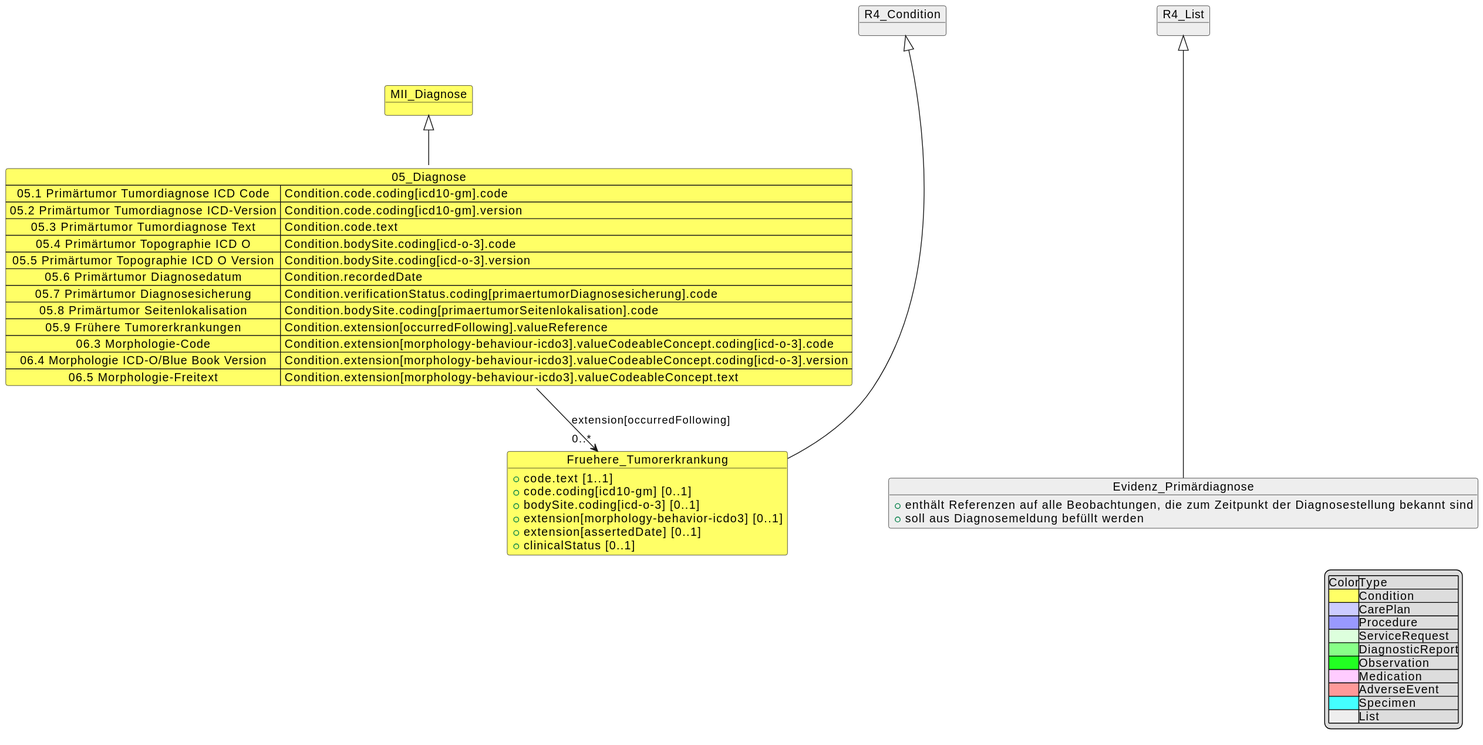
Above: input/images/MII_Onko_05_Diagnosis.svg in medizininformatik-initiative/kerndatensatzmodul-onkologie (PlantUML), before the change.
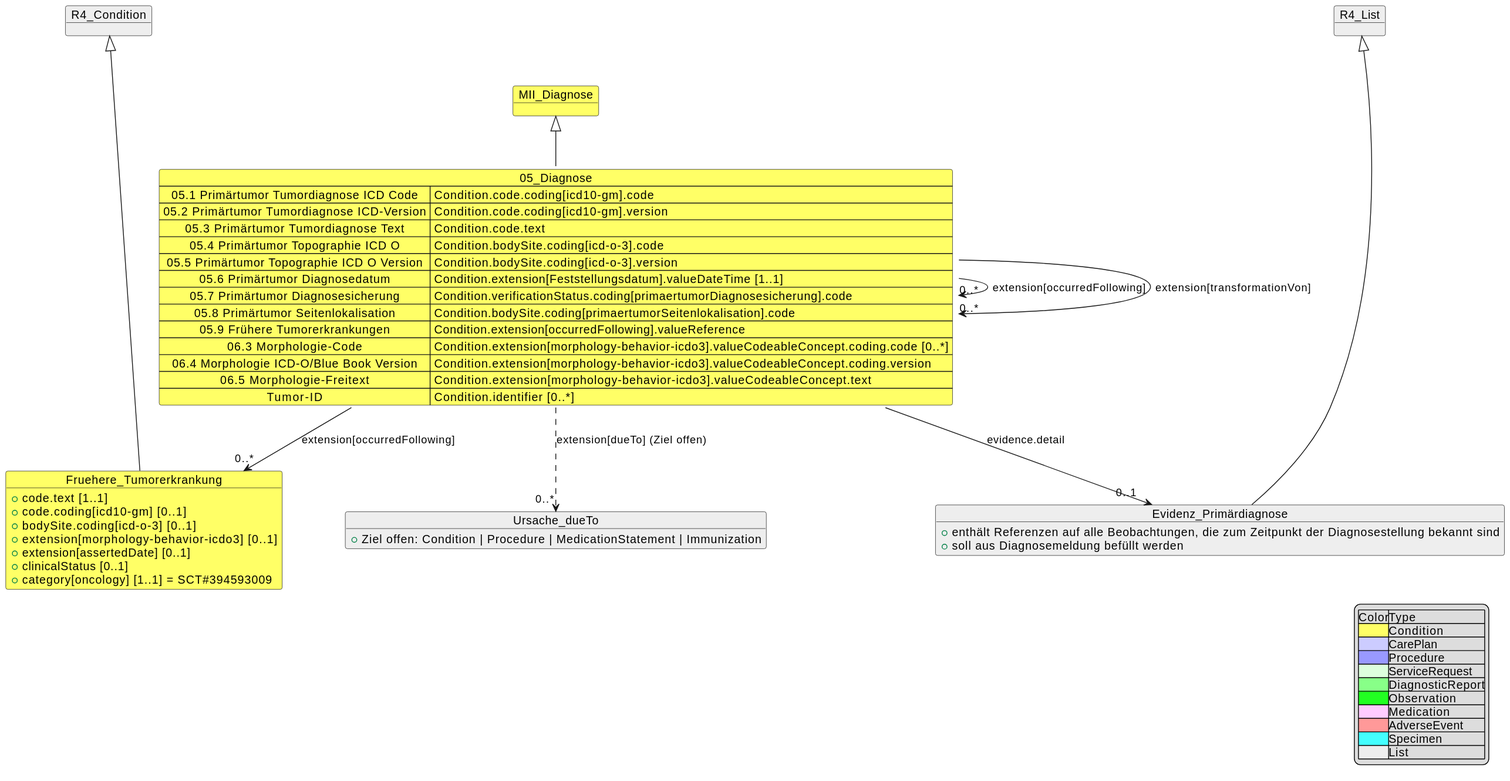
The same file after the commit.

Diff of the diagram source:
```diff
@@ -6,13 +6,14 @@
  05.3 Primärtumor Tumordiagnose Text => Condition.code.text
  05.4 Primärtumor Topographie ICD O => Condition.bodySite.coding[icd-o-3].code
  05.5 Primärtumor Topographie ICD O Version => Condition.bodySite.coding[icd-o-3].version
- 05.6 Primärtumor Diagnosedatum => Condition.recordedDate
+ 05.6 Primärtumor Diagnosedatum => Condition.extension[Feststellungsdatum].valueDateTime [1..1]
  05.7 Primärtumor Diagnosesicherung => Condition.verificationStatus.coding[primaertumorDiagnosesicherung].code
  05.8 Primärtumor Seitenlokalisation => Condition.bodySite.coding[primaertumorSeitenlokalisation].code
  05.9 Frühere Tumorerkrankungen => Condition.extension[occurredFollowing].valueReference
- 06.3 Morphologie-Code => Condition.extension[morphology-behaviour-icdo3].valueCodeableConcept.coding[icd-o-3].code
- 06.4 Morphologie ICD-O/Blue Book Version => Condition.extension[morphology-behaviour-icdo3].valueCodeableConcept.coding[icd-o-3].version
- 06.5 Morphologie-Freitext => Condition.extension[morphology-behaviour-icdo3].valueCodeableConcept.text
+ 06.3 Morphologie-Code => Condition.extension[morphology-behavior-icdo3].valueCodeableConcept.coding.code [0..*]
+ 06.4 Morphologie ICD-O/Blue Book Version => Condition.extension[morphology-behavior-icdo3].valueCodeableConcept.coding.version
+ 06.5 Morphologie-Freitext => Condition.extension[morphology-behavior-icdo3].valueCodeableConcept.text
+ Tumor-ID => Condition.identifier [0..*]
 }
 
 MII_Diagnose <|-down- 05_Diagnose
@@ -25,9 +26,17 @@
     + extension[morphology-behavior-icdo3] [0..1]
     + extension[assertedDate] [0..1]
     + clinicalStatus [0..1]
+    + category[oncology] [1..1] = SCT#394593009
 }
 R4_Condition <|---- Fruehere_Tumorerkrankung
 05_Diagnose --> "0..*" Fruehere_Tumorerkrankung : extension[occurredFollowing]
+05_Diagnose --> "0..*" 05_Diagnose : extension[occurredFollowing]
+05_Diagnose --> "0..*" 05_Diagnose : extension[transformationVon]
+
+object Ursache_dueTo #EEEEEE {
+    + Ziel offen: Condition | Procedure | MedicationStatement | Immunization
+}
+05_Diagnose ..> "0..*" Ursache_dueTo : extension[dueTo] (Ziel offen)
 
 object R4_List #EEEEEE
 object Evidenz_Primärdiagnose #EEEEEE {
@@ -35,6 +44,7 @@
     + soll aus Diagnosemeldung befüllt werden
 }
 R4_List <|---- Evidenz_Primärdiagnose
+05_Diagnose --> "0..1" Evidenz_Primärdiagnose : evidence.detail
 
 legend right
 |Color|Type|
```
